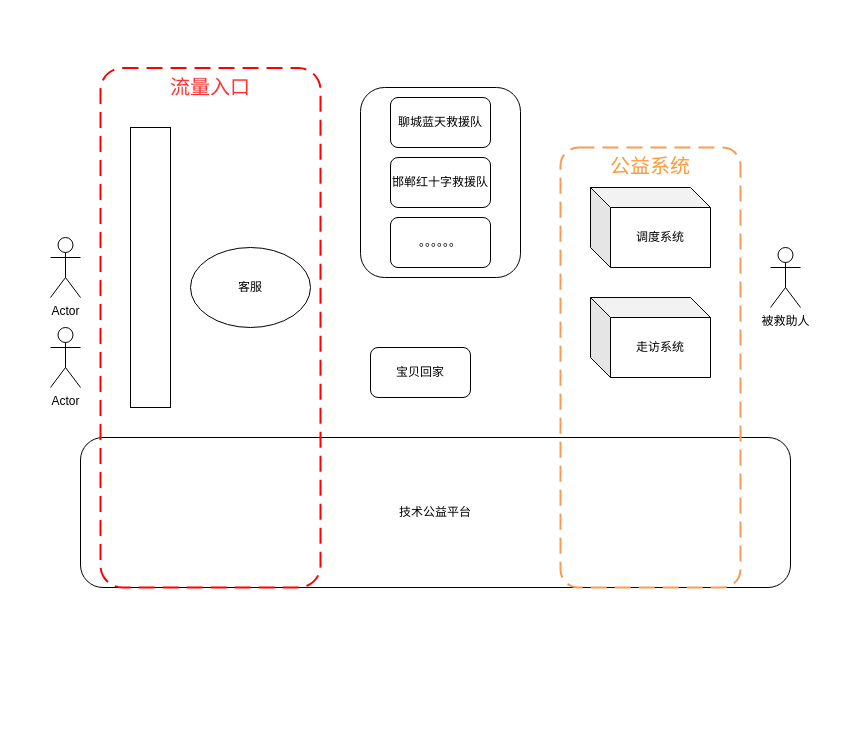
This is bbhj/co-wokr.drawio from airdb/drawio, a draw.io file, before an edit. Source tidied: cells renumbered, new cells numbered last; positions are measured from the earlier drawing's top-left corner, leaving out a move shared by most shapes. Both pictures are drawn from the tidied source at 100%, with x=0, y=0 at pixel (50, 67). Pictures stored in the file or linked from it are replaced by grey dashed boxes.
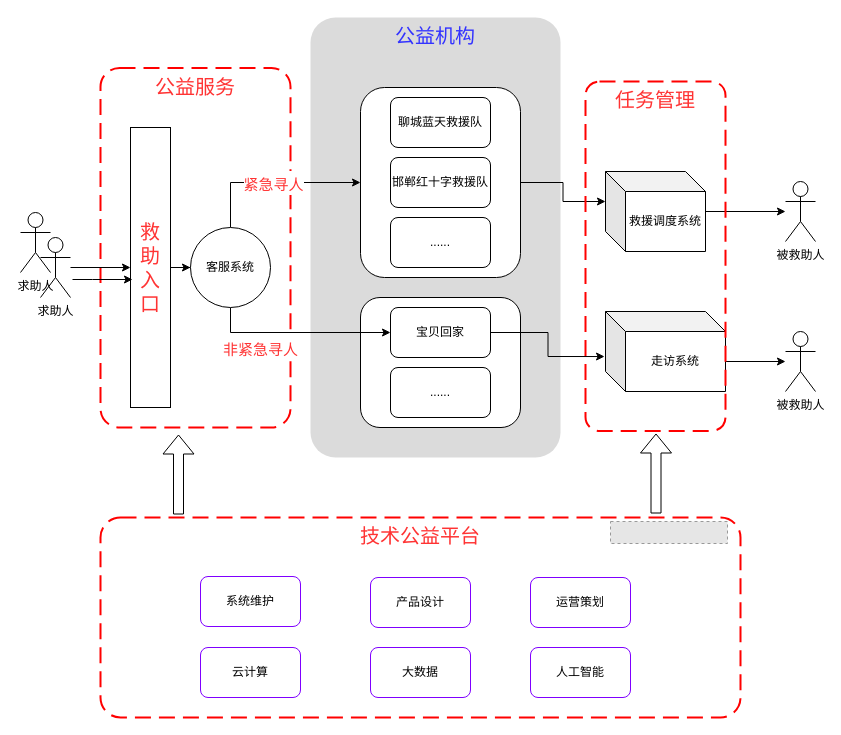
The same diagram, later.

The change refers to these unchanged cells:
```xml
<mxCell id="5" style="rounded=1;whiteSpace=wrap;html=1;" parent="1" vertex="1">
  <mxGeometry x="310" y="20" width="160" height="190" as="geometry" />
</mxCell>
```

What changed in the source:
```diff
@@
+    <mxCell id="4" value="技术公益平台" style="rounded=1;arcSize=10;dashed=1;strokeColor=#ff0000;fillColor=none;gradientColor=none;dashPattern=8 4;strokeWidth=2;verticalAlign=top;fontSize=20;fontColor=#FF3333;labelBackgroundColor=default;" parent="1" vertex="1">
+      <mxGeometry x="50" y="450" width="640" height="200" as="geometry" />
+    </mxCell>
+    <mxCell id="17" value="公益机构" style="rounded=1;arcSize=10;strokeColor=none;fillColor=#DBDBDB;gradientColor=none;fontSize=20;fontColor=#3333FF;verticalAlign=top;" parent="1" vertex="1">
+      <mxGeometry x="260" y="-50" width="250" height="440" as="geometry" />
+    </mxCell>
+    <mxCell id="18" style="rounded=1;whiteSpace=wrap;html=1;" parent="1" vertex="1">
+      <mxGeometry x="310" y="230" width="160" height="130" as="geometry" />
+    </mxCell>
+    <mxCell id="15" value="公益服务" style="rounded=1;arcSize=10;dashed=1;strokeColor=#ff0000;fillColor=none;gradientColor=none;dashPattern=8 4;strokeWidth=2;verticalAlign=top;fontSize=20;fontColor=#FF3333;labelBackgroundColor=default;" parent="1" vertex="1">
+      <mxGeometry x="50" y="0.5" width="190" height="359.5" as="geometry" />
+    </mxCell>
+    <mxCell id="19" style="edgeStyle=orthogonalEdgeStyle;rounded=0;jettySize=auto;html=1;entryX=0;entryY=0.5;entryDx=0;entryDy=0;fontSize=20;fontColor=#FF3333;" parent="1" edge="1" source="2" target="3">
+      <mxGeometry relative="1" as="geometry" />
+    </mxCell>
-    <mxCell id="2" value="Actor" style="shape=umlActor;verticalLabelPosition=bottom;verticalAlign=top;html=1;outlineConnect=0;" parent="1" vertex="1">
-      <mxGeometry y="170" width="30" height="60" as="geometry" />
+    <mxCell id="2" value="求助人" style="shape=umlActor;verticalLabelPosition=bottom;verticalAlign=top;html=1;outlineConnect=0;" parent="1" vertex="1">
+      <mxGeometry x="-10" y="170" width="30" height="60" as="geometry" />
     </mxCell>
+    <mxCell id="20" style="edgeStyle=orthogonalEdgeStyle;rounded=0;jettySize=auto;html=1;fontSize=20;fontColor=#FF3333;" parent="1" edge="1" source="3" target="7">
+      <mxGeometry relative="1" as="geometry" />
+    </mxCell>
-    <mxCell id="3" style="rounded=0;whiteSpace=wrap;html=1;" parent="1" vertex="1">
+    <mxCell id="3" value="&lt;font style=&quot;font-size: 20px&quot; color=&quot;#ff3333&quot;&gt;救助入口&lt;/font&gt;" style="rounded=0;whiteSpace=wrap;html=1;" parent="1" vertex="1">
       <mxGeometry x="80" y="60" width="40" height="280" as="geometry" />
     </mxCell>
-    <mxCell id="4" value="技术公益平台" style="rounded=1;whiteSpace=wrap;html=1;" parent="1" vertex="1">
-      <mxGeometry x="30" y="370" width="710" height="150" as="geometry" />
-    </mxCell>
+    <mxCell id="21" style="edgeStyle=orthogonalEdgeStyle;rounded=0;jettySize=auto;html=1;exitX=1;exitY=0.5;exitDx=0;exitDy=0;entryX=0;entryY=0;entryDx=0;entryDy=30;entryPerimeter=0;fontSize=20;fontColor=#FF3333;" parent="1" edge="1" source="5" target="11">
+      <mxGeometry relative="1" as="geometry" />
+    </mxCell>
@@
+    <mxCell id="22" style="edgeStyle=orthogonalEdgeStyle;rounded=0;jettySize=auto;html=1;entryX=-0.008;entryY=0.563;entryDx=0;entryDy=0;entryPerimeter=0;fontSize=20;fontColor=#FF3333;" parent="1" edge="1" source="6" target="14">
+      <mxGeometry relative="1" as="geometry" />
+    </mxCell>
     <mxCell id="6" value="宝贝回家" style="rounded=1;whiteSpace=wrap;html=1;" parent="1" vertex="1">
-      <mxGeometry x="320" y="280" width="100" height="50" as="geometry" />
+      <mxGeometry x="340" y="240" width="100" height="50" as="geometry" />
     </mxCell>
+    <mxCell id="23" value="&lt;font style=&quot;font-size: 15px&quot;&gt;紧急寻人&lt;/font&gt;" style="edgeStyle=orthogonalEdgeStyle;rounded=0;jettySize=auto;html=1;entryX=0;entryY=0.5;entryDx=0;entryDy=0;fontSize=20;fontColor=#FF3333;exitX=0.5;exitY=0;exitDx=0;exitDy=0;" parent="1" edge="1" source="7" target="5">
+      <mxGeometry relative="1" as="geometry" />
+    </mxCell>
+    <mxCell id="24" value="&lt;font style=&quot;font-size: 15px&quot;&gt;非紧急寻人&lt;/font&gt;" style="edgeStyle=orthogonalEdgeStyle;rounded=0;jettySize=auto;html=1;entryX=0;entryY=0.5;entryDx=0;entryDy=0;fontSize=20;fontColor=#FF3333;exitX=0.5;exitY=1;exitDx=0;exitDy=0;" parent="1" edge="1" source="7" target="6">
+      <mxGeometry x="-0.41" y="-15" relative="1" as="geometry" />
+    </mxCell>
-    <mxCell id="7" value="客服" style="ellipse;whiteSpace=wrap;html=1;" parent="1" vertex="1">
-      <mxGeometry x="140" y="180" width="120" height="80" as="geometry" />
+    <mxCell id="7" value="客服系统" style="ellipse;whiteSpace=wrap;html=1;" parent="1" vertex="1">
+      <mxGeometry x="140" y="160" width="80" height="80" as="geometry" />
     </mxCell>
@@
-    <mxCell id="10" value="。。。。。。" style="rounded=1;whiteSpace=wrap;html=1;" parent="1" vertex="1">
+    <mxCell id="10" value="......" style="rounded=1;whiteSpace=wrap;html=1;" parent="1" vertex="1">
       <mxGeometry x="340" y="150" width="100" height="50" as="geometry" />
     </mxCell>
+    <mxCell id="25" style="edgeStyle=orthogonalEdgeStyle;rounded=0;jettySize=auto;html=1;fontSize=20;fontColor=#FF3333;" parent="1" edge="1" source="11" target="12">
+      <mxGeometry relative="1" as="geometry" />
+    </mxCell>
-    <mxCell id="11" value="调度系统" style="shape=cube;whiteSpace=wrap;html=1;boundedLbl=1;backgroundOutline=1;darkOpacity=0.05;darkOpacity2=0.1;" parent="1" vertex="1">
-      <mxGeometry x="540" y="120" width="120" height="80" as="geometry" />
+    <mxCell id="11" value="救援调度系统" style="shape=cube;whiteSpace=wrap;html=1;boundedLbl=1;backgroundOutline=1;darkOpacity=0.05;darkOpacity2=0.1;" parent="1" vertex="1">
+      <mxGeometry x="555" y="104" width="100" height="80" as="geometry" />
     </mxCell>
     <mxCell id="12" value="被救助人" style="shape=umlActor;verticalLabelPosition=bottom;verticalAlign=top;html=1;outlineConnect=0;" parent="1" vertex="1">
-      <mxGeometry x="720" y="180" width="30" height="60" as="geometry" />
+      <mxGeometry x="735" y="114" width="30" height="60" as="geometry" />
     </mxCell>
-    <mxCell id="13" value="Actor" style="shape=umlActor;verticalLabelPosition=bottom;verticalAlign=top;html=1;outlineConnect=0;" parent="1" vertex="1">
-      <mxGeometry y="260" width="30" height="60" as="geometry" />
+    <mxCell id="13" value="被救助人" style="shape=umlActor;verticalLabelPosition=bottom;verticalAlign=top;html=1;outlineConnect=0;" parent="1" vertex="1">
+      <mxGeometry x="735" y="264" width="30" height="60" as="geometry" />
     </mxCell>
+    <mxCell id="26" style="edgeStyle=orthogonalEdgeStyle;rounded=0;jettySize=auto;html=1;exitX=0;exitY=0;exitDx=120;exitDy=50;exitPerimeter=0;fontSize=20;fontColor=#FF3333;" parent="1" edge="1" source="14" target="13">
+      <mxGeometry relative="1" as="geometry" />
+    </mxCell>
     <mxCell id="14" value="走访系统" style="shape=cube;whiteSpace=wrap;html=1;boundedLbl=1;backgroundOutline=1;darkOpacity=0.05;darkOpacity2=0.1;" parent="1" vertex="1">
-      <mxGeometry x="540" y="230" width="120" height="80" as="geometry" />
+      <mxGeometry x="555" y="244" width="120" height="80" as="geometry" />
     </mxCell>
-    <mxCell id="15" value="流量入口" style="rounded=1;arcSize=10;dashed=1;strokeColor=#ff0000;fillColor=none;gradientColor=none;dashPattern=8 4;strokeWidth=2;verticalAlign=top;fontSize=20;fontColor=#FF3333;" parent="1" vertex="1">
-      <mxGeometry x="50" y="0.5" width="220" height="519.5" as="geometry" />
-    </mxCell>
-    <mxCell id="16" value="公益系统" style="rounded=1;arcSize=10;dashed=1;strokeColor=#F59D56;fillColor=none;gradientColor=none;dashPattern=8 4;strokeWidth=2;verticalAlign=top;fontSize=20;fontColor=#FF9933;" parent="1" vertex="1">
-      <mxGeometry x="510" y="80" width="180" height="440" as="geometry" />
-    </mxCell>
+    <mxCell id="27" style="shape=flexArrow;endArrow=classic;html=1;rounded=0;fontSize=20;fontColor=#FF3333;" parent="1" edge="1">
+      <mxGeometry relative="1" as="geometry">
+        <mxPoint x="128" y="447" as="sourcePoint" />
+        <mxPoint x="128" y="367" as="targetPoint" />
+      </mxGeometry>
+    </mxCell>
+    <mxCell id="28" style="shape=flexArrow;endArrow=classic;html=1;rounded=0;fontSize=20;fontColor=#FF3333;" parent="1" edge="1">
+      <mxGeometry relative="1" as="geometry">
+        <mxPoint x="605.5" y="446" as="sourcePoint" />
+        <mxPoint x="605.5" y="366" as="targetPoint" />
+      </mxGeometry>
+    </mxCell>
+    <mxCell id="29" value="云计算" style="rounded=1;whiteSpace=wrap;html=1;strokeColor=#7F00FF;" parent="1" vertex="1">
+      <mxGeometry x="150" y="580" width="100" height="50" as="geometry" />
+    </mxCell>
+    <mxCell id="30" value="大数据" style="rounded=1;whiteSpace=wrap;html=1;strokeColor=#7F00FF;" parent="1" vertex="1">
+      <mxGeometry x="320" y="580" width="100" height="50" as="geometry" />
+    </mxCell>
+    <mxCell id="31" value="人工智能" style="rounded=1;whiteSpace=wrap;html=1;strokeColor=#7F00FF;" parent="1" vertex="1">
+      <mxGeometry x="480" y="580" width="100" height="50" as="geometry" />
+    </mxCell>
+    <mxCell id="32" value="任务管理" style="rounded=1;arcSize=10;dashed=1;strokeColor=#ff0000;fillColor=none;gradientColor=none;dashPattern=8 4;strokeWidth=2;fontSize=20;fontColor=#FF3333;verticalAlign=top;" parent="1" vertex="1">
+      <mxGeometry x="535" y="14" width="140" height="349.5" as="geometry" />
+    </mxCell>
+    <mxCell id="33" value="......" style="rounded=1;whiteSpace=wrap;html=1;" parent="1" vertex="1">
+      <mxGeometry x="340" y="300" width="100" height="50" as="geometry" />
+    </mxCell>
+    <mxCell id="34" value="求助人" style="shape=umlActor;verticalLabelPosition=bottom;verticalAlign=top;html=1;" parent="1" vertex="1">
+      <mxGeometry x="-30" y="145" width="30" height="60" as="geometry" />
+    </mxCell>
+    <mxCell id="35" style="edgeStyle=orthogonalEdgeStyle;rounded=0;orthogonalLoop=1;jettySize=auto;html=1;entryX=0;entryY=0.5;entryDx=0;entryDy=0;fontSize=20;fontColor=#FF3333;" parent="1" edge="1">
+      <mxGeometry relative="1" as="geometry">
+        <mxPoint x="22" y="212" as="sourcePoint" />
+        <mxPoint x="82" y="212" as="targetPoint" />
+        <Array as="points">
+          <mxPoint x="42" y="212" />
+          <mxPoint x="42" y="212" />
+        </Array>
+      </mxGeometry>
+    </mxCell>
+    <mxCell id="36" value="系统维护" style="rounded=1;whiteSpace=wrap;html=1;strokeColor=#7F00FF;" parent="1" vertex="1">
+      <mxGeometry x="150" y="509" width="100" height="50" as="geometry" />
+    </mxCell>
+    <mxCell id="37" value="产品设计" style="rounded=1;whiteSpace=wrap;html=1;strokeColor=#7F00FF;" parent="1" vertex="1">
+      <mxGeometry x="320" y="510" width="100" height="50" as="geometry" />
+    </mxCell>
+    <mxCell id="38" value="运营策划" style="rounded=1;whiteSpace=wrap;html=1;strokeColor=#7F00FF;" parent="1" vertex="1">
+      <mxGeometry x="480" y="510" width="100" height="50" as="geometry" />
+    </mxCell>
+    <mxCell id="39" style="fillColor=#E6E6E6;strokeColor=#999999;dashed=1;verticalLabelPosition=bottom;labelBackgroundColor=default;verticalAlign=top;" parent="1" vertex="1">
+      <mxGeometry x="560" y="454" width="117" height="22" as="geometry" />
+    </mxCell>
```
